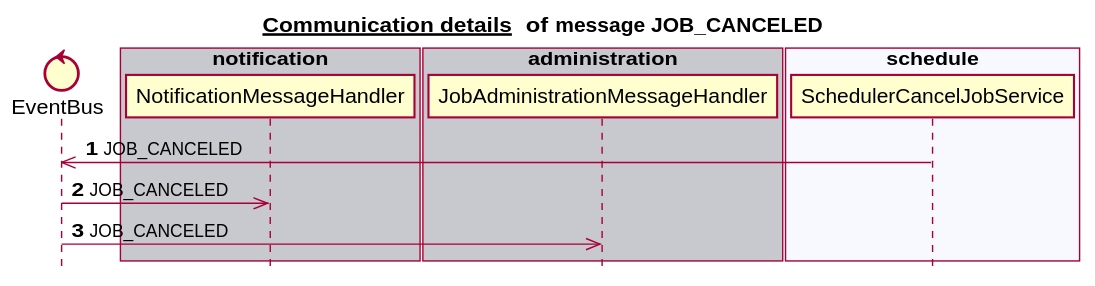
This is docs/latest/images/gen_domain_messaging_job_canceled.svg from mercedes-benz/sechub, a PlantUML export, as it was before one commit.
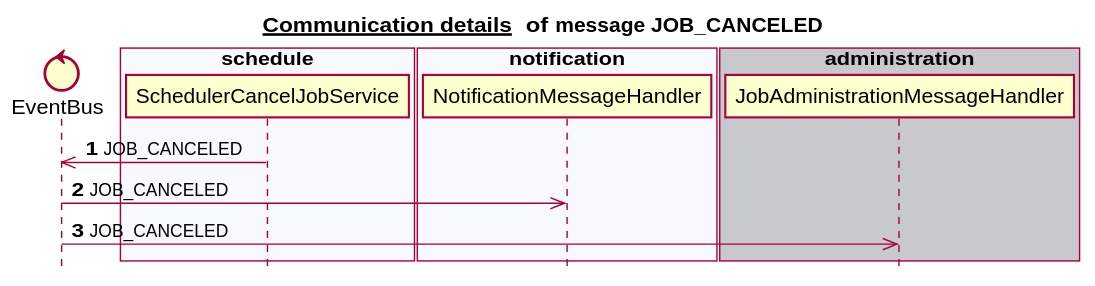
The same diagram one commit later.

Change to the diagram source:
```diff
@@ -6,18 +6,18 @@
 
 
 control EventBus
-box "notification" #C8C8CF
-   participant NotificationMessageHandler
-end box
-box "authorization" #F8F8FF
-end box
-box "administration" #C8C8CF
-   participant JobAdministrationMessageHandler
+box "scan" #C8C8CF
 end box
 box "schedule" #F8F8FF
    participant SchedulerCancelJobService
 end box
-box "scan" #C8C8CF
+box "authorization" #C8C8CF
+end box
+box "notification" #F8F8FF
+   participant NotificationMessageHandler
+end box
+box "administration" #C8C8CF
+   participant JobAdministrationMessageHandler
 end box
 autonumber 1
 SchedulerCancelJobService ->> EventBus:JOB_CANCELED
```
